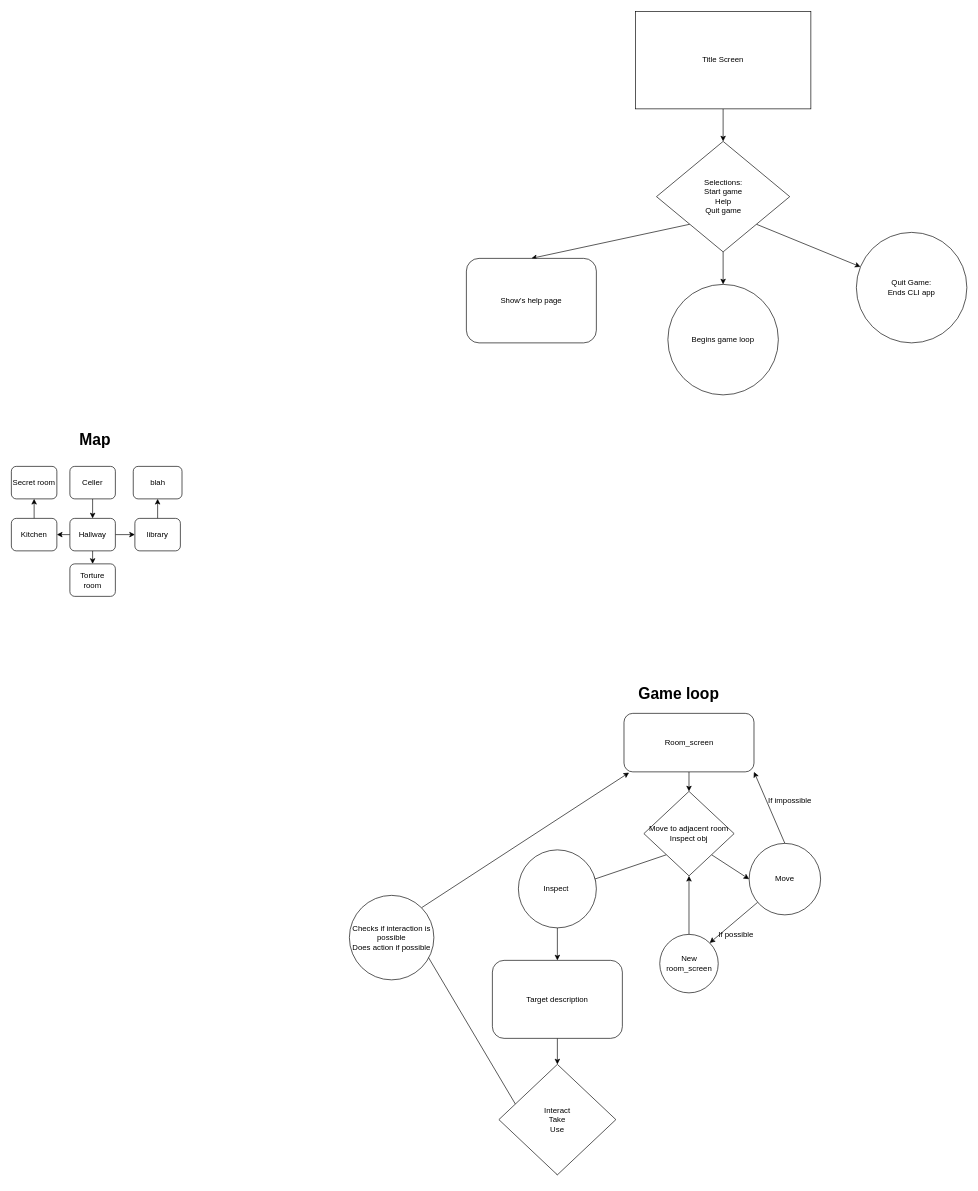
ekollie/Escape keeps this draw.io diagram as outline.drawio. Above is the earlier version. Source tidied: cells renumbered, new cells numbered last; positions are measured from the earlier drawing's top-left corner, leaving out a move shared by most shapes. Both pictures are drawn from the tidied source at 65%, with x=0, y=0 at pixel (11, 11).
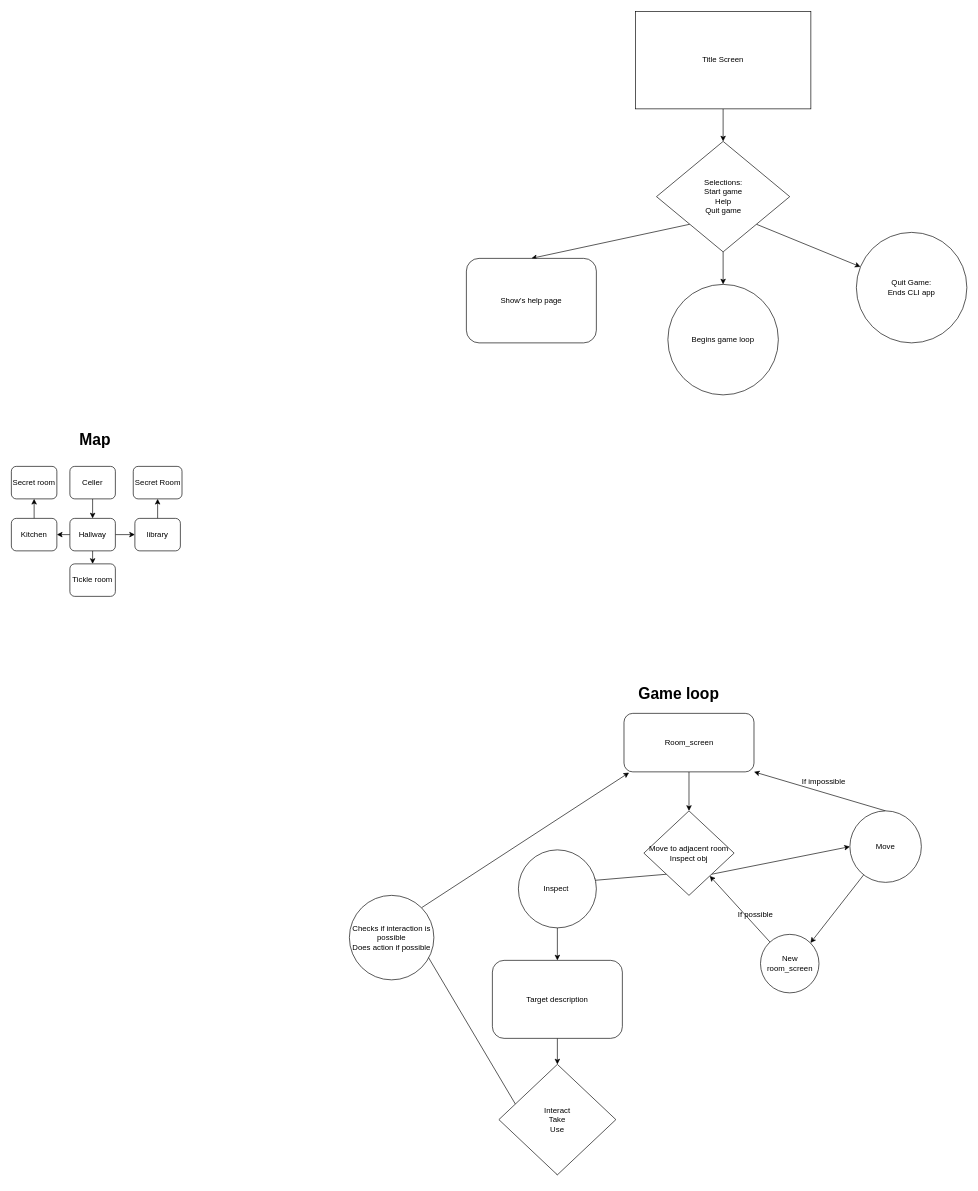
The same page after the edit.

Change to the diagram source:
```diff
@@
-    <mxCell id="19" value="Torture room" style="rounded=1;whiteSpace=wrap;html=1;" parent="1" vertex="1">
+    <mxCell id="19" value="Tickle room" style="rounded=1;whiteSpace=wrap;html=1;" parent="1" vertex="1">
       <mxGeometry x="90" y="850" width="70" height="50" as="geometry" />
     </mxCell>
@@
-    <mxCell id="23" value="blah" style="rounded=1;whiteSpace=wrap;html=1;" parent="1" vertex="1">
+    <mxCell id="23" value="Secret Room" style="rounded=1;whiteSpace=wrap;html=1;" parent="1" vertex="1">
       <mxGeometry x="187.5" y="700" width="75" height="50" as="geometry" />
     </mxCell>
@@
     <mxCell id="28" value="Move to adjacent room&lt;br&gt;Inspect obj" style="rhombus;whiteSpace=wrap;html=1;" parent="1" vertex="1">
-      <mxGeometry x="973.1" y="1200" width="138.8" height="130" as="geometry" />
+      <mxGeometry x="973.1" y="1230" width="138.8" height="130" as="geometry" />
     </mxCell>
@@
     <mxCell id="39" value="Move" style="ellipse;whiteSpace=wrap;html=1;" parent="1" vertex="1">
-      <mxGeometry x="1135" y="1280" width="110" height="110" as="geometry" />
+      <mxGeometry x="1290" y="1230" width="110" height="110" as="geometry" />
     </mxCell>
@@
     <mxCell id="41" value="New room_screen" style="ellipse;whiteSpace=wrap;html=1;" parent="1" vertex="1">
-      <mxGeometry x="997.5" y="1420" width="90" height="90" as="geometry" />
+      <mxGeometry x="1152.5" y="1420" width="90" height="90" as="geometry" />
     </mxCell>
     <mxCell id="42" value="If possible" style="text;html=1;strokeColor=none;fillColor=none;align=center;verticalAlign=middle;whiteSpace=wrap;rounded=0;" parent="1" vertex="1">
-      <mxGeometry x="1040" y="1380" width="150" height="80" as="geometry" />
+      <mxGeometry x="1070" y="1350" width="150" height="80" as="geometry" />
     </mxCell>
     <mxCell id="43" value="If impossible" style="text;html=1;strokeColor=none;fillColor=none;align=center;verticalAlign=middle;whiteSpace=wrap;rounded=0;" parent="1" vertex="1">
-      <mxGeometry x="1147.5" y="1180" width="100" height="70" as="geometry" />
+      <mxGeometry x="1200" y="1150" width="100" height="70" as="geometry" />
     </mxCell>
```
